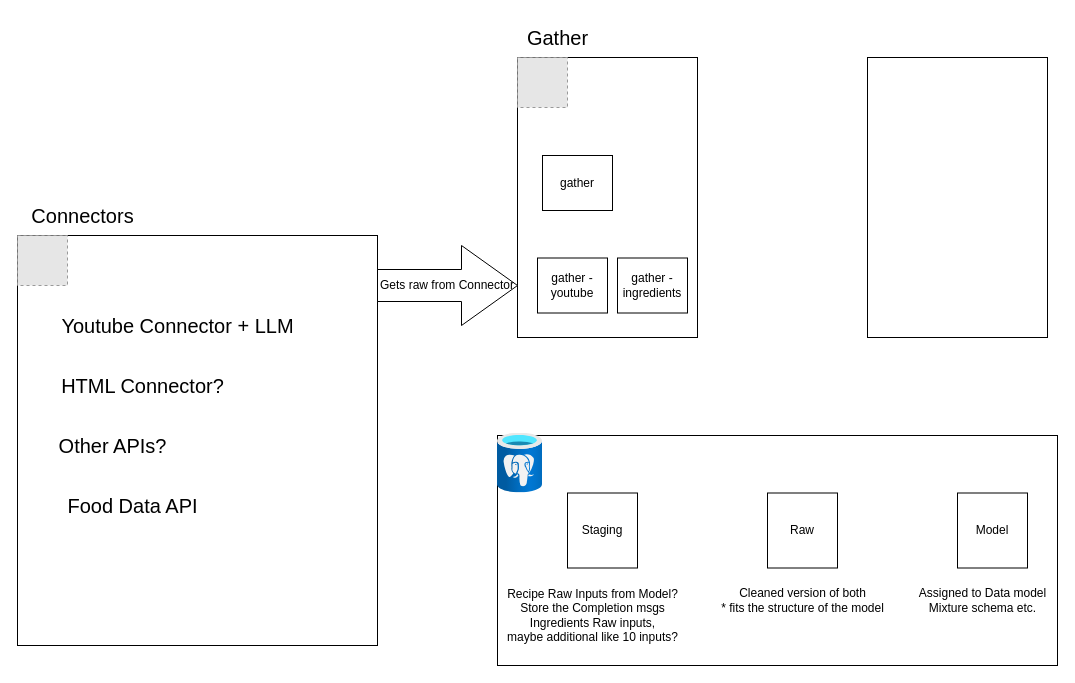
This is page "Page-2" (2 of 2) of Planning/FoodAppIdea.drawio from TimHoogervorst/Food, a draw.io file, before an edit. Source tidied: cells renumbered, new cells numbered last; positions are measured from the earlier drawing's top-left corner, leaving out a move shared by most shapes. Both pictures are drawn from the tidied source at 100%, with x=0, y=0 at pixel (17, 17). Pictures stored in the file or linked from it are replaced by grey dashed boxes.
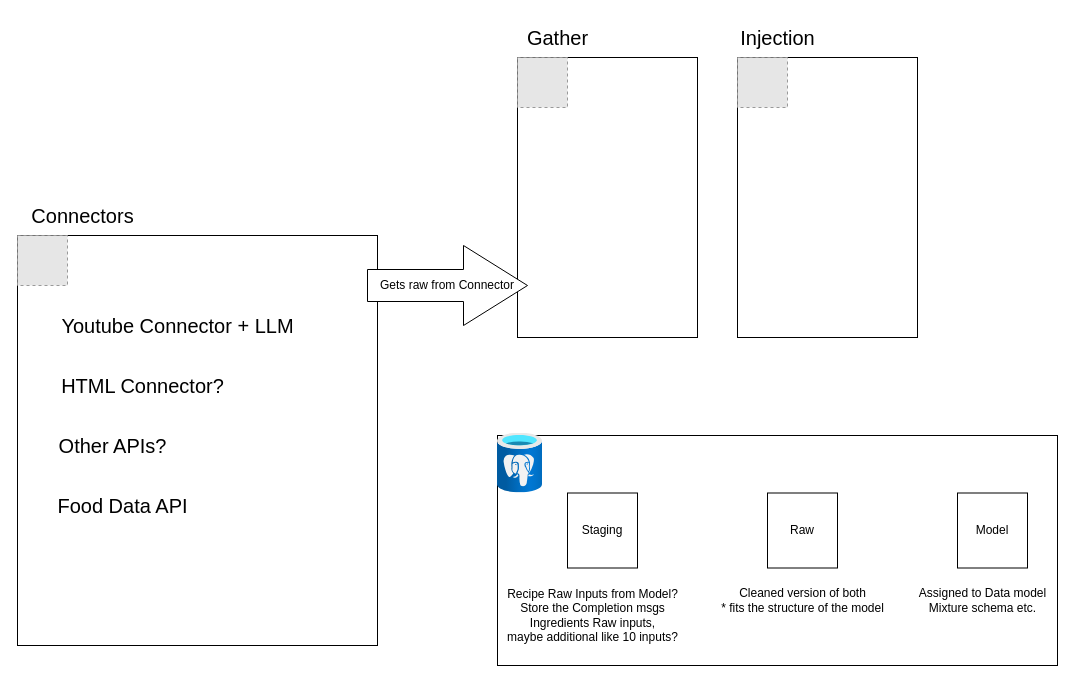
The same page after the edit.

Change to the diagram source:
```diff
@@
     <mxCell id="6" style="whiteSpace=wrap;html=1;fillColor=none;" parent="1" vertex="1">
-      <mxGeometry x="850" y="40" width="180" height="280" as="geometry" />
+      <mxGeometry x="720" y="40" width="180" height="280" as="geometry" />
     </mxCell>
@@
     <mxCell id="20" value="Gets raw from Connector" style="shape=singleArrow;whiteSpace=wrap;html=1;arrowWidth=0.4;arrowSize=0.4;" parent="1" vertex="1">
-      <mxGeometry x="360" y="228" width="140" height="80" as="geometry" />
+      <mxGeometry x="350" y="228" width="160" height="80" as="geometry" />
     </mxCell>
-    <mxCell id="21" value="gather" style="whiteSpace=wrap;html=1;" parent="1" vertex="1">
-      <mxGeometry x="525" y="138" width="70" height="55" as="geometry" />
-    </mxCell>
-    <mxCell id="22" value="gather - youtube" style="whiteSpace=wrap;html=1;" parent="1" vertex="1">
-      <mxGeometry x="520" y="240.5" width="70" height="55" as="geometry" />
-    </mxCell>
     <mxCell id="23" value="&lt;font style=&quot;font-size: 20px;&quot;&gt;Food Data API&lt;/font&gt;" style="text;html=1;align=center;verticalAlign=middle;strokeColor=none;fillColor=none;" parent="1" vertex="1">
-      <mxGeometry x="40" y="468" width="150" height="40" as="geometry" />
+      <mxGeometry x="30" y="468" width="150" height="40" as="geometry" />
     </mxCell>
-    <mxCell id="24" value="gather - ingredients" style="whiteSpace=wrap;html=1;" parent="1" vertex="1">
-      <mxGeometry x="600" y="240.5" width="70" height="55" as="geometry" />
-    </mxCell>
+    <mxCell id="25" style="fillColor=#E6E6E6;strokeColor=#999999;dashed=1;html=1;verticalAlign=top;verticalLabelPosition=bottom;labelBackgroundColor=#ffffff;" parent="1" vertex="1">
+      <mxGeometry x="720" y="40" width="50" height="50" as="geometry" />
+    </mxCell>
+    <mxCell id="26" value="&lt;font style=&quot;font-size: 20px;&quot;&gt;Injection&lt;/font&gt;" style="text;html=1;align=center;verticalAlign=middle;strokeColor=none;fillColor=none;" parent="1" vertex="1">
+      <mxGeometry x="710" width="100" height="40" as="geometry" />
+    </mxCell>
```
